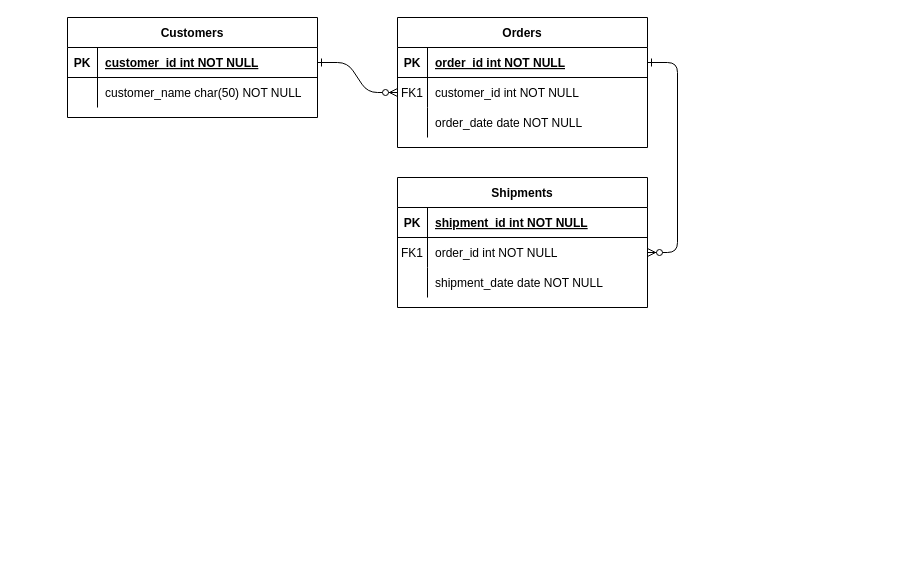
The draw.io diagram test ERD.drawio in edutechmanager/intro-html, before the edit. Source tidied: cells renumbered, new cells numbered last; positions are measured from the earlier drawing's top-left corner, leaving out a move shared by most shapes. Both pictures are drawn from the tidied source at 100%, with x=0, y=0 at pixel (67, 17).
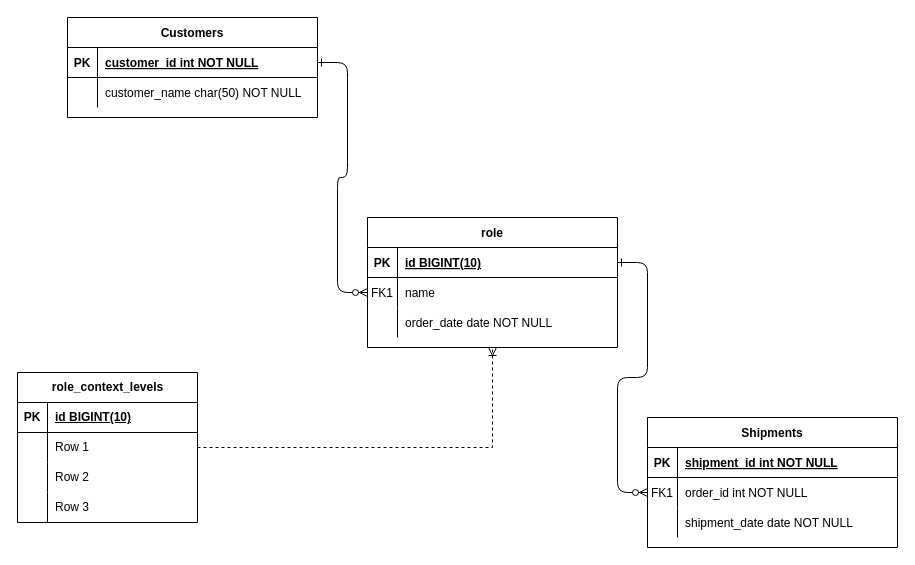
The same page after the edit.

The change refers to these unchanged cells:
```xml
<mxCell id="5" style="shape=partialRectangle;fillColor=none;points=[[0,0.5],[1,0.5]];portConstraint=eastwest;top=0;left=0;right=0;bottom=1;" parent="4" vertex="1">
  <mxGeometry y="30" width="250" height="30" as="geometry" />
</mxCell>
<mxCell id="8" style="shape=partialRectangle;fillColor=none;points=[[0,0.5],[1,0.5]];portConstraint=eastwest;top=0;left=0;right=0;bottom=0;" parent="4" vertex="1">
  <mxGeometry y="60" width="250" height="30" as="geometry" />
</mxCell>
```

The edit, as a diff of the source:
```diff
@@
-    <mxCell id="4" value="Orders" style="shape=table;startSize=30;childLayout=tableLayout;rowLines=0;fontStyle=1;align=center;" parent="1" vertex="1">
-      <mxGeometry x="330" width="250" height="130" as="geometry" />
+    <mxCell id="4" value="role" style="shape=table;startSize=30;childLayout=tableLayout;rowLines=0;fontStyle=1;align=center;" parent="1" vertex="1">
+      <mxGeometry x="300" y="200" width="250" height="130" as="geometry" />
     </mxCell>
@@
-    <mxCell id="7" value="order_id int NOT NULL " style="shape=partialRectangle;overflow=hidden;fillColor=none;top=0;left=0;bottom=0;right=0;align=left;spacingLeft=6;fontStyle=5;" parent="5" vertex="1">
+    <mxCell id="7" value="id BIGINT(10)" style="shape=partialRectangle;overflow=hidden;fillColor=none;top=0;left=0;bottom=0;right=0;align=left;spacingLeft=6;fontStyle=5;" parent="5" vertex="1">
       <mxGeometry x="30" width="220" height="30" as="geometry" />
     </mxCell>
@@
-    <mxCell id="10" value="customer_id int NOT NULL" style="shape=partialRectangle;overflow=hidden;fillColor=none;top=0;left=0;bottom=0;right=0;align=left;spacingLeft=6;" parent="8" vertex="1">
+    <mxCell id="10" value="name" style="shape=partialRectangle;overflow=hidden;fillColor=none;top=0;left=0;bottom=0;right=0;align=left;spacingLeft=6;" parent="8" vertex="1">
       <mxGeometry x="30" width="220" height="30" as="geometry" />
     </mxCell>
@@
     <mxCell id="14" value="Shipments" style="shape=table;startSize=30;childLayout=tableLayout;rowLines=0;fontStyle=1;align=center;" parent="1" vertex="1">
-      <mxGeometry x="330" y="160" width="250" height="130" as="geometry" />
+      <mxGeometry x="580" y="400" width="250" height="130" as="geometry" />
     </mxCell>
@@
+    <mxCell id="31" style="edgeStyle=orthogonalEdgeStyle;rounded=0;jettySize=auto;html=1;dashed=1;endArrow=ERoneToMany;endFill=0;entryX=0.5;entryY=1;entryDx=0;entryDy=0;" parent="1" edge="1" source="32" target="4">
+      <mxGeometry relative="1" as="geometry" />
+    </mxCell>
+    <mxCell id="32" value="role_context_levels" style="shape=table;startSize=30;childLayout=tableLayout;rowLines=0;fontStyle=1;align=center;html=1;" parent="1" vertex="1">
+      <mxGeometry x="-50" y="355" width="180" height="150" as="geometry" />
+    </mxCell>
+    <mxCell id="33" style="shape=tableRow;horizontal=0;startSize=0;swimlaneHead=0;swimlaneBody=0;fillColor=none;top=0;left=0;right=0;bottom=1;" parent="32" vertex="1">
+      <mxGeometry y="30" width="180" height="30" as="geometry" />
+    </mxCell>
+    <mxCell id="34" value="PK" style="shape=partialRectangle;fillColor=none;top=0;left=0;bottom=0;right=0;fontStyle=1;overflow=hidden;whiteSpace=wrap;html=1;" parent="33" vertex="1">
+      <mxGeometry width="30" height="30" as="geometry" />
+    </mxCell>
+    <mxCell id="35" value="id BIGINT(10)" style="shape=partialRectangle;fillColor=none;top=0;left=0;bottom=0;right=0;align=left;spacingLeft=6;fontStyle=5;overflow=hidden;whiteSpace=wrap;html=1;" parent="33" vertex="1">
+      <mxGeometry x="30" width="150" height="30" as="geometry" />
+    </mxCell>
+    <mxCell id="36" style="shape=tableRow;horizontal=0;startSize=0;swimlaneHead=0;swimlaneBody=0;fillColor=none;top=0;left=0;right=0;bottom=0;" parent="32" vertex="1">
+      <mxGeometry y="60" width="180" height="30" as="geometry" />
+    </mxCell>
+    <mxCell id="37" style="shape=partialRectangle;fillColor=none;top=0;left=0;bottom=0;right=0;overflow=hidden;whiteSpace=wrap;html=1;" parent="36" vertex="1">
+      <mxGeometry width="30" height="30" as="geometry" />
+    </mxCell>
+    <mxCell id="38" value="Row 1" style="shape=partialRectangle;fillColor=none;top=0;left=0;bottom=0;right=0;align=left;spacingLeft=6;overflow=hidden;whiteSpace=wrap;html=1;" parent="36" vertex="1">
+      <mxGeometry x="30" width="150" height="30" as="geometry" />
+    </mxCell>
+    <mxCell id="39" style="shape=tableRow;horizontal=0;startSize=0;swimlaneHead=0;swimlaneBody=0;fillColor=none;top=0;left=0;right=0;bottom=0;" parent="32" vertex="1">
+      <mxGeometry y="90" width="180" height="30" as="geometry" />
+    </mxCell>
+    <mxCell id="40" style="shape=partialRectangle;fillColor=none;top=0;left=0;bottom=0;right=0;overflow=hidden;whiteSpace=wrap;html=1;" parent="39" vertex="1">
+      <mxGeometry width="30" height="30" as="geometry" />
+    </mxCell>
+    <mxCell id="41" value="Row 2" style="shape=partialRectangle;fillColor=none;top=0;left=0;bottom=0;right=0;align=left;spacingLeft=6;overflow=hidden;whiteSpace=wrap;html=1;" parent="39" vertex="1">
+      <mxGeometry x="30" width="150" height="30" as="geometry" />
+    </mxCell>
+    <mxCell id="42" style="shape=tableRow;horizontal=0;startSize=0;swimlaneHead=0;swimlaneBody=0;fillColor=none;top=0;left=0;right=0;bottom=0;" parent="32" vertex="1">
+      <mxGeometry y="120" width="180" height="30" as="geometry" />
+    </mxCell>
+    <mxCell id="43" style="shape=partialRectangle;fillColor=none;top=0;left=0;bottom=0;right=0;overflow=hidden;whiteSpace=wrap;html=1;" parent="42" vertex="1">
+      <mxGeometry width="30" height="30" as="geometry" />
+    </mxCell>
+    <mxCell id="44" value="Row 3" style="shape=partialRectangle;fillColor=none;top=0;left=0;bottom=0;right=0;align=left;spacingLeft=6;overflow=hidden;whiteSpace=wrap;html=1;" parent="42" vertex="1">
+      <mxGeometry x="30" width="150" height="30" as="geometry" />
+    </mxCell>
```
